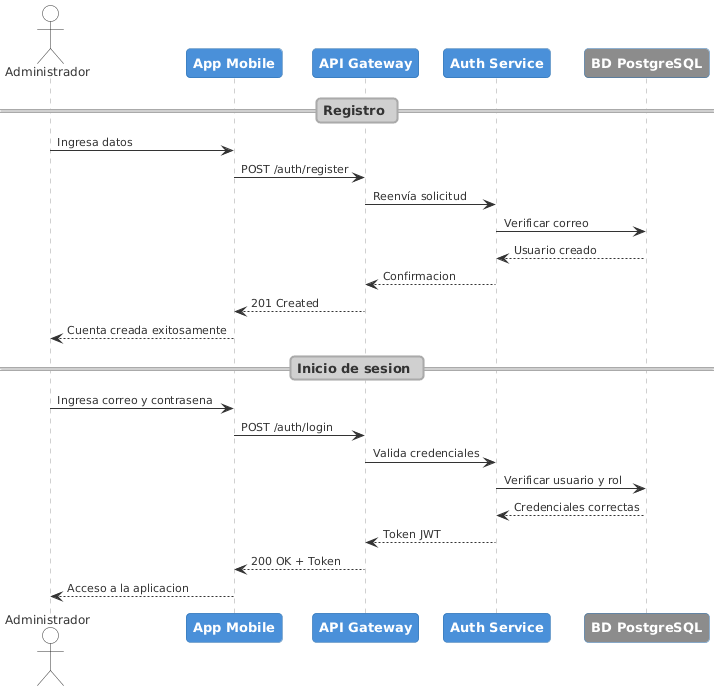
Before: assets/img/secuencia1.png, a diagram exported from PlantUML (Condomia/Edifika-report).
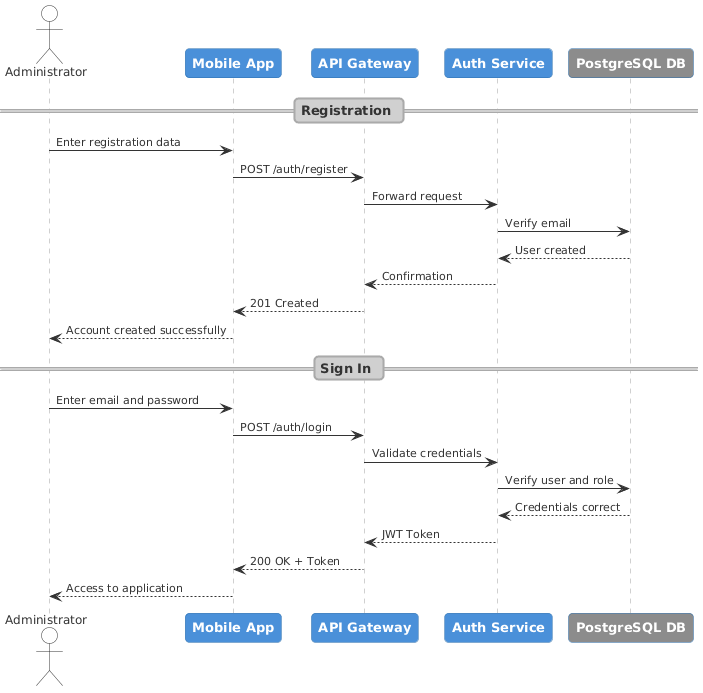
The same file after the commit.

Diff of the diagram source:
```diff
@@ -28,29 +28,29 @@
     DividerFontColor #333333
 }
 
-actor Administrador
-participant "App Mobile" as App
+actor Administrator
+participant "Mobile App" as App
 participant "API Gateway" as Gateway
 participant "Auth Service" as Auth
-participant "BD PostgreSQL" as BD #8C8C8C
+participant "PostgreSQL DB" as BD #8C8C8C
 
-== Registro ==
-Administrador -> App : Ingresa datos
+== Registration ==
+Administrator -> App : Enter registration data
 App -> Gateway : POST /auth/register
-Gateway -> Auth : Reenvía solicitud
-Auth -> BD : Verificar correo
-BD --> Auth : Usuario creado
-Auth --> Gateway : Confirmacion
+Gateway -> Auth : Forward request
+Auth -> BD : Verify email
+BD --> Auth : User created
+Auth --> Gateway : Confirmation
 Gateway --> App : 201 Created
-App --> Administrador : Cuenta creada exitosamente
+App --> Administrator : Account created successfully
 
-== Inicio de sesion ==
-Administrador -> App : Ingresa correo y contrasena
+== Sign In ==
+Administrator -> App : Enter email and password
 App -> Gateway : POST /auth/login
-Gateway -> Auth : Valida credenciales
-Auth -> BD : Verificar usuario y rol
-BD --> Auth : Credenciales correctas
-Auth --> Gateway : Token JWT
+Gateway -> Auth : Validate credentials
+Auth -> BD : Verify user and role
+BD --> Auth : Credentials correct
+Auth --> Gateway : JWT Token
 Gateway --> App : 200 OK + Token
-App --> Administrador : Acceso a la aplicacion
+App --> Administrator : Access to application
 @enduml
```
